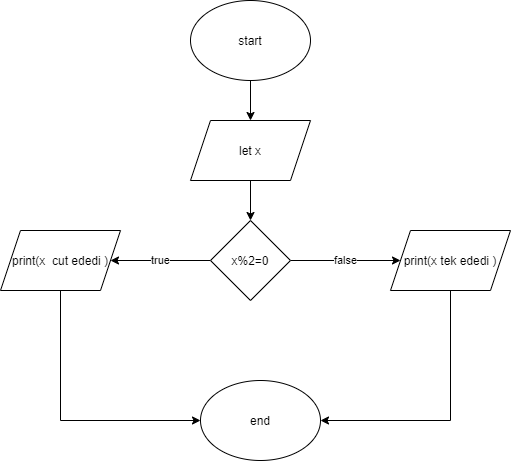
Earlier version of the draw.io export Untitled Diagram.drawio.png (elseverceferov/alqoritim). Source tidied: cells renumbered, new cells last; positions are measured from the earlier drawing's top-left corner, leaving out a move shared by most shapes.
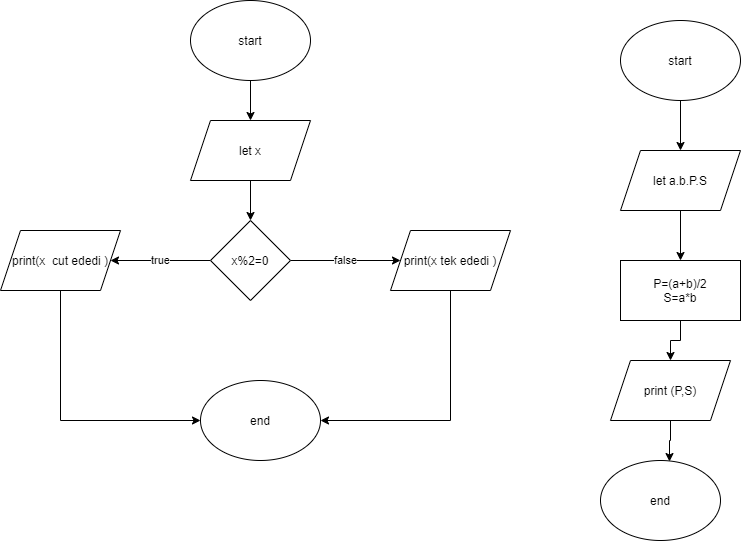
The same diagram one commit later.

What changed in the source:
```diff
@@ -42,5 +42,32 @@
     <mxCell id="13" value="end" style="ellipse;whiteSpace=wrap;html=1;" parent="1" vertex="1">
       <mxGeometry x="200" y="380" width="120" height="80" as="geometry" />
     </mxCell>
+    <mxCell id="14" style="edgeStyle=orthogonalEdgeStyle;rounded=0;jettySize=auto;html=1;exitX=0.5;exitY=1;exitDx=0;exitDy=0;" parent="1" edge="1" source="15" target="17">
+      <mxGeometry relative="1" as="geometry" />
+    </mxCell>
+    <mxCell id="15" value="start" style="ellipse;whiteSpace=wrap;html=1;" parent="1" vertex="1">
+      <mxGeometry x="620" y="20" width="120" height="80" as="geometry" />
+    </mxCell>
+    <mxCell id="16" style="edgeStyle=orthogonalEdgeStyle;rounded=0;jettySize=auto;html=1;exitX=0.5;exitY=1;exitDx=0;exitDy=0;entryX=0.5;entryY=0;entryDx=0;entryDy=0;" parent="1" edge="1" source="17" target="19">
+      <mxGeometry relative="1" as="geometry" />
+    </mxCell>
+    <mxCell id="17" value="let a.b.P.S" style="shape=parallelogram;perimeter=parallelogramPerimeter;whiteSpace=wrap;html=1;fixedSize=1;" parent="1" vertex="1">
+      <mxGeometry x="620" y="150" width="120" height="60" as="geometry" />
+    </mxCell>
+    <mxCell id="18" style="edgeStyle=orthogonalEdgeStyle;rounded=0;jettySize=auto;html=1;exitX=0.5;exitY=1;exitDx=0;exitDy=0;entryX=0.5;entryY=0;entryDx=0;entryDy=0;" parent="1" edge="1" source="19" target="21">
+      <mxGeometry relative="1" as="geometry" />
+    </mxCell>
+    <mxCell id="19" value="P=(a+b)/2&lt;br&gt;S=a*b" style="rounded=0;whiteSpace=wrap;html=1;" parent="1" vertex="1">
+      <mxGeometry x="620" y="260" width="120" height="60" as="geometry" />
+    </mxCell>
+    <mxCell id="20" style="edgeStyle=orthogonalEdgeStyle;rounded=0;jettySize=auto;html=1;exitX=0.5;exitY=1;exitDx=0;exitDy=0;entryX=0.575;entryY=0.013;entryDx=0;entryDy=0;entryPerimeter=0;" parent="1" edge="1" source="21" target="22">
+      <mxGeometry relative="1" as="geometry" />
+    </mxCell>
+    <mxCell id="21" value="print (P,S)" style="shape=parallelogram;perimeter=parallelogramPerimeter;whiteSpace=wrap;html=1;fixedSize=1;" parent="1" vertex="1">
+      <mxGeometry x="610" y="360" width="120" height="60" as="geometry" />
+    </mxCell>
+    <mxCell id="22" value="end" style="ellipse;whiteSpace=wrap;html=1;" parent="1" vertex="1">
+      <mxGeometry x="600" y="460" width="120" height="80" as="geometry" />
+    </mxCell>
   </root>
 </mxGraphModel>
```
